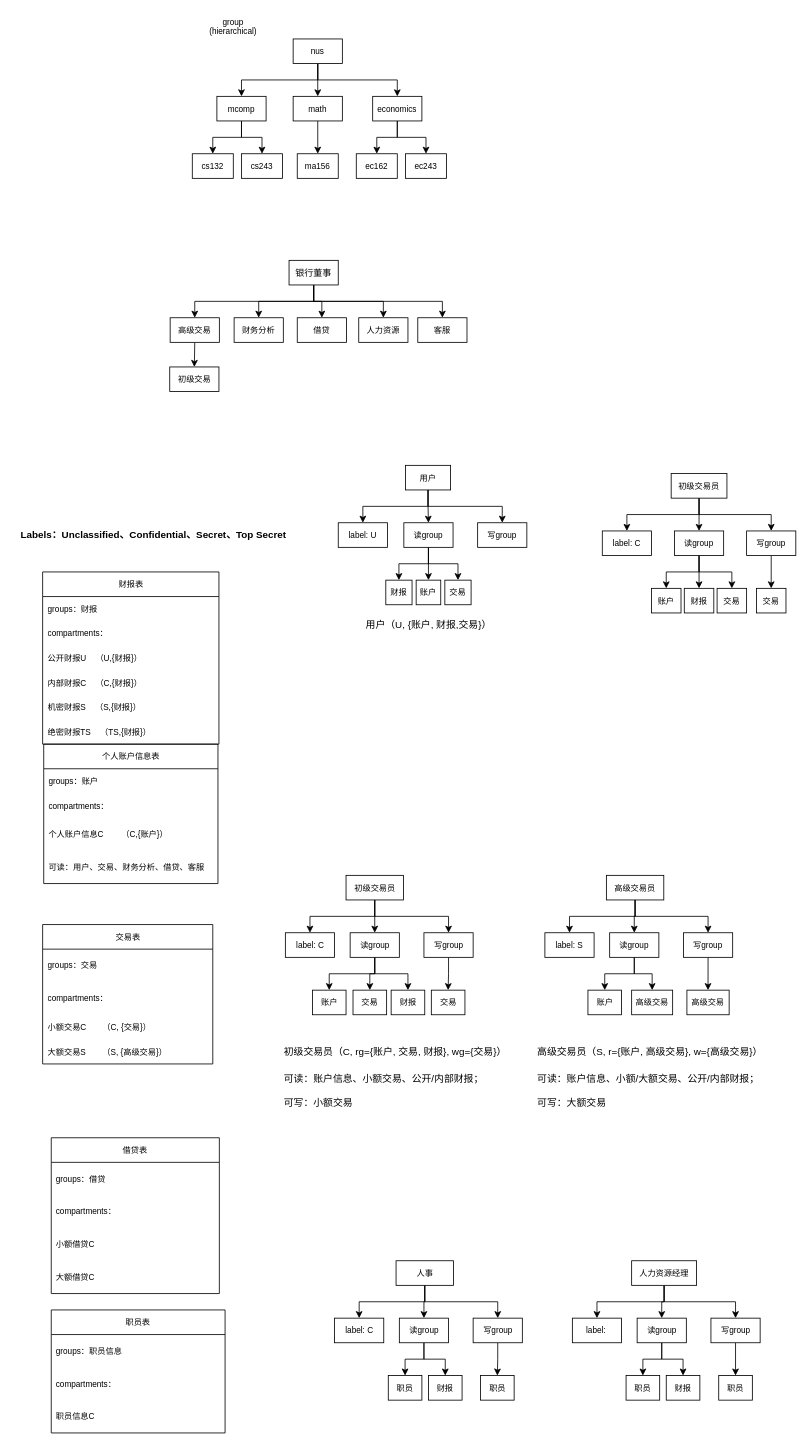
Before: syf-files/database.drawio in eclaircy/draw.io-repository, a draw.io diagram. Source tidied: cells renumbered, new cells numbered last; positions are measured from the earlier drawing's top-left corner, leaving out a move shared by most shapes. Both pictures are drawn from the tidied source at 82%, with x=0, y=0 at pixel (14, 14).
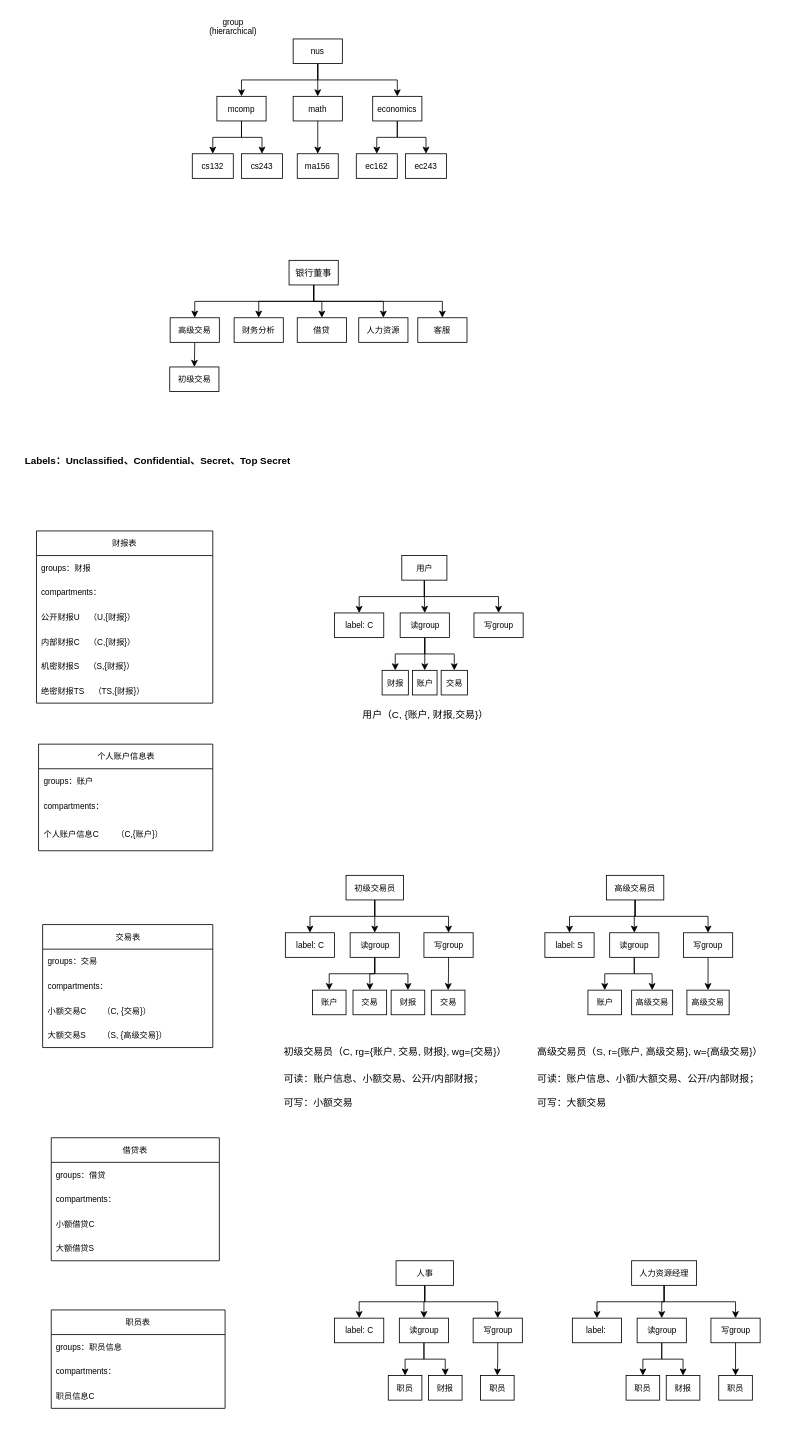
The same page after the edit.

Diff of the diagram source:
```diff
@@
     <mxCell id="32" value="个人账户信息表" style="swimlane;fontStyle=0;horizontal=1;startSize=30;whiteSpace=wrap;html=1;fontSize=10;" parent="1" vertex="1">
-      <mxGeometry x="35.8" y="890" width="212.5" height="170" as="geometry" />
+      <mxGeometry x="29.5" y="890" width="212.5" height="130" as="geometry" />
     </mxCell>
@@
-    <mxCell id="36" value="可读：用户、交易、财务分析、借贷、客服" style="text;strokeColor=none;fillColor=none;align=left;verticalAlign=middle;spacingLeft=4;spacingRight=4;overflow=hidden;whiteSpace=wrap;html=1;fontSize=10;" parent="32" vertex="1">
-      <mxGeometry y="130" width="212.5" height="40" as="geometry" />
-    </mxCell>
@@
     <mxCell id="40" value="用户" style="rounded=0;whiteSpace=wrap;html=1;fontSize=10;" parent="1" vertex="1">
-      <mxGeometry x="477" y="550" width="55" height="30" as="geometry" />
+      <mxGeometry x="472.5" y="660" width="55" height="30" as="geometry" />
     </mxCell>
@@
     <mxCell id="44" value="读group" style="rounded=0;whiteSpace=wrap;html=1;fontSize=10;" parent="1" vertex="1">
-      <mxGeometry x="475" y="620" width="60" height="30" as="geometry" />
+      <mxGeometry x="470.5" y="730" width="60" height="30" as="geometry" />
     </mxCell>
     <mxCell id="45" value="写group" style="rounded=0;whiteSpace=wrap;html=1;fontSize=10;" parent="1" vertex="1">
-      <mxGeometry x="565" y="620" width="60" height="30" as="geometry" />
+      <mxGeometry x="560.5" y="730" width="60" height="30" as="geometry" />
     </mxCell>
     <mxCell id="46" value="账户" style="rounded=0;whiteSpace=wrap;html=1;fontSize=10;" parent="1" vertex="1">
-      <mxGeometry x="490" y="690" width="30" height="30" as="geometry" />
+      <mxGeometry x="485.5" y="800" width="30" height="30" as="geometry" />
     </mxCell>
     <mxCell id="47" value="交易表" style="swimlane;fontStyle=0;horizontal=1;startSize=30;whiteSpace=wrap;html=1;fontSize=10;" parent="1" vertex="1">
-      <mxGeometry x="34.5" y="1110" width="207.5" height="170" as="geometry" />
+      <mxGeometry x="34.5" y="1110" width="207.5" height="150" as="geometry" />
     </mxCell>
     <mxCell id="48" value="groups：交易" style="text;strokeColor=none;fillColor=none;align=left;verticalAlign=middle;spacingLeft=4;spacingRight=4;overflow=hidden;whiteSpace=wrap;html=1;fontSize=10;" parent="47" vertex="1">
-      <mxGeometry y="30" width="207.5" height="40" as="geometry" />
+      <mxGeometry y="30" width="207.5" height="30" as="geometry" />
     </mxCell>
     <mxCell id="49" value="compartments：" style="text;strokeColor=none;fillColor=none;align=left;verticalAlign=middle;spacingLeft=4;spacingRight=4;overflow=hidden;whiteSpace=wrap;html=1;fontSize=10;" parent="47" vertex="1">
-      <mxGeometry y="70" width="207.5" height="40" as="geometry" />
+      <mxGeometry y="60" width="207.5" height="30" as="geometry" />
     </mxCell>
     <mxCell id="50" value="小额交易C&lt;span style=&quot;white-space: pre;&quot;&gt;&#9;&lt;/span&gt;（C, {交易}）" style="text;strokeColor=none;fillColor=none;align=left;verticalAlign=middle;spacingLeft=4;spacingRight=4;overflow=hidden;whiteSpace=wrap;html=1;fontSize=10;" parent="47" vertex="1">
-      <mxGeometry y="110" width="207.5" height="30" as="geometry" />
+      <mxGeometry y="90" width="207.5" height="30" as="geometry" />
     </mxCell>
     <mxCell id="51" value="大额交易S&lt;span style=&quot;white-space: pre;&quot;&gt;&#9;&lt;/span&gt;（S, {高级交易}）" style="text;strokeColor=none;fillColor=none;align=left;verticalAlign=middle;spacingLeft=4;spacingRight=4;overflow=hidden;whiteSpace=wrap;html=1;fontSize=10;" parent="47" vertex="1">
-      <mxGeometry y="140" width="207.5" height="30" as="geometry" />
+      <mxGeometry y="120" width="207.5" height="30" as="geometry" />
     </mxCell>
@@
     <mxCell id="64" value="财报表" style="swimlane;fontStyle=0;horizontal=1;startSize=30;whiteSpace=wrap;html=1;fontSize=10;" parent="1" vertex="1">
-      <mxGeometry x="34.5" y="680" width="215" height="210" as="geometry" />
+      <mxGeometry x="27" y="630" width="215" height="210" as="geometry" />
     </mxCell>
@@
     <mxCell id="71" value="借贷表" style="swimlane;fontStyle=0;horizontal=1;startSize=30;whiteSpace=wrap;html=1;fontSize=10;" parent="1" vertex="1">
-      <mxGeometry x="45" y="1370" width="205" height="190" as="geometry" />
+      <mxGeometry x="45" y="1370" width="205" height="150" as="geometry" />
     </mxCell>
     <mxCell id="72" value="groups：借贷" style="text;strokeColor=none;fillColor=none;align=left;verticalAlign=middle;spacingLeft=4;spacingRight=4;overflow=hidden;whiteSpace=wrap;html=1;fontSize=10;" parent="71" vertex="1">
-      <mxGeometry y="30" width="205" height="40" as="geometry" />
+      <mxGeometry y="30" width="205" height="30" as="geometry" />
     </mxCell>
     <mxCell id="73" value="compartments：" style="text;strokeColor=none;fillColor=none;align=left;verticalAlign=middle;spacingLeft=4;spacingRight=4;overflow=hidden;whiteSpace=wrap;html=1;fontSize=10;" parent="71" vertex="1">
-      <mxGeometry y="70" width="205" height="40" as="geometry" />
+      <mxGeometry y="60" width="205" height="30" as="geometry" />
     </mxCell>
     <mxCell id="74" value="小额借贷C" style="text;strokeColor=none;fillColor=none;align=left;verticalAlign=middle;spacingLeft=4;spacingRight=4;overflow=hidden;whiteSpace=wrap;html=1;fontSize=10;" parent="71" vertex="1">
-      <mxGeometry y="110" width="205" height="40" as="geometry" />
+      <mxGeometry y="90" width="205" height="30" as="geometry" />
     </mxCell>
-    <mxCell id="75" value="大额借贷C" style="text;strokeColor=none;fillColor=none;align=left;verticalAlign=middle;spacingLeft=4;spacingRight=4;overflow=hidden;whiteSpace=wrap;html=1;fontSize=10;" parent="71" vertex="1">
-      <mxGeometry y="150" width="205" height="40" as="geometry" />
+    <mxCell id="75" value="大额借贷S" style="text;strokeColor=none;fillColor=none;align=left;verticalAlign=middle;spacingLeft=4;spacingRight=4;overflow=hidden;whiteSpace=wrap;html=1;fontSize=10;" parent="71" vertex="1">
+      <mxGeometry y="120" width="205" height="30" as="geometry" />
     </mxCell>
     <mxCell id="76" value="财报" style="rounded=0;whiteSpace=wrap;html=1;fontSize=10;" parent="1" vertex="1">
-      <mxGeometry x="453" y="690" width="32" height="30" as="geometry" />
+      <mxGeometry x="448.5" y="800" width="32" height="30" as="geometry" />
     </mxCell>
     <mxCell id="77" value="交易" style="rounded=0;whiteSpace=wrap;html=1;fontSize=10;" parent="1" vertex="1">
-      <mxGeometry x="525" y="690" width="32" height="30" as="geometry" />
+      <mxGeometry x="520.5" y="800" width="32" height="30" as="geometry" />
     </mxCell>
-    <mxCell id="78" style="edgeStyle=orthogonalEdgeStyle;rounded=0;jettySize=auto;html=1;exitX=0.5;exitY=1;exitDx=0;exitDy=0;entryX=0.5;entryY=0;entryDx=0;entryDy=0;fontSize=10;" parent="1" edge="1" source="81" target="85">
-      <mxGeometry relative="1" as="geometry" />
-    </mxCell>
-    <mxCell id="79" style="edgeStyle=orthogonalEdgeStyle;rounded=0;jettySize=auto;html=1;exitX=0.5;exitY=1;exitDx=0;exitDy=0;fontSize=10;" parent="1" edge="1" source="81" target="87">
-      <mxGeometry relative="1" as="geometry" />
-    </mxCell>
-    <mxCell id="80" style="edgeStyle=orthogonalEdgeStyle;rounded=0;jettySize=auto;html=1;exitX=0.5;exitY=1;exitDx=0;exitDy=0;entryX=0.5;entryY=0;entryDx=0;entryDy=0;" parent="1" edge="1" source="81" target="92">
-      <mxGeometry relative="1" as="geometry" />
-    </mxCell>
-    <mxCell id="81" value="初级交易员" style="rounded=0;whiteSpace=wrap;html=1;fontSize=10;" parent="1" vertex="1">
-      <mxGeometry x="801" y="560" width="68" height="30" as="geometry" />
-    </mxCell>
-    <mxCell id="82" style="edgeStyle=orthogonalEdgeStyle;rounded=0;jettySize=auto;html=1;exitX=0.5;exitY=1;exitDx=0;exitDy=0;entryX=0.5;entryY=0;entryDx=0;entryDy=0;fontSize=10;" parent="1" edge="1" source="85" target="88">
-      <mxGeometry relative="1" as="geometry" />
-    </mxCell>
-    <mxCell id="83" style="edgeStyle=orthogonalEdgeStyle;rounded=0;jettySize=auto;html=1;exitX=0.5;exitY=1;exitDx=0;exitDy=0;entryX=0.5;entryY=0;entryDx=0;entryDy=0;" parent="1" edge="1" source="85" target="89">
-      <mxGeometry relative="1" as="geometry" />
-    </mxCell>
-    <mxCell id="84" style="edgeStyle=orthogonalEdgeStyle;rounded=0;jettySize=auto;html=1;exitX=0.5;exitY=1;exitDx=0;exitDy=0;entryX=0.5;entryY=0;entryDx=0;entryDy=0;" parent="1" edge="1" source="85" target="90">
-      <mxGeometry relative="1" as="geometry" />
-    </mxCell>
-    <mxCell id="85" value="读group" style="rounded=0;whiteSpace=wrap;html=1;fontSize=10;" parent="1" vertex="1">
-      <mxGeometry x="805" y="630" width="60" height="30" as="geometry" />
-    </mxCell>
-    <mxCell id="86" style="edgeStyle=orthogonalEdgeStyle;rounded=0;jettySize=auto;html=1;exitX=0.5;exitY=1;exitDx=0;exitDy=0;entryX=0.5;entryY=0;entryDx=0;entryDy=0;" parent="1" edge="1" source="87" target="93">
-      <mxGeometry relative="1" as="geometry" />
-    </mxCell>
-    <mxCell id="87" value="写group" style="rounded=0;whiteSpace=wrap;html=1;fontSize=10;" parent="1" vertex="1">
-      <mxGeometry x="893" y="630" width="60" height="30" as="geometry" />
-    </mxCell>
-    <mxCell id="88" value="账户" style="rounded=0;whiteSpace=wrap;html=1;fontSize=10;" parent="1" vertex="1">
-      <mxGeometry x="777" y="700" width="36" height="30" as="geometry" />
-    </mxCell>
-    <mxCell id="89" value="财报" style="rounded=0;whiteSpace=wrap;html=1;fontSize=10;" parent="1" vertex="1">
-      <mxGeometry x="817" y="700" width="36" height="30" as="geometry" />
-    </mxCell>
-    <mxCell id="90" value="交易" style="rounded=0;whiteSpace=wrap;html=1;fontSize=10;" parent="1" vertex="1">
-      <mxGeometry x="857" y="700" width="36" height="30" as="geometry" />
-    </mxCell>
-    <mxCell id="91" value="label: U" style="rounded=0;whiteSpace=wrap;html=1;fontSize=10;" parent="1" vertex="1">
-      <mxGeometry x="395" y="620" width="60" height="30" as="geometry" />
+    <mxCell id="91" value="label: C" style="rounded=0;whiteSpace=wrap;html=1;fontSize=10;" parent="1" vertex="1">
+      <mxGeometry x="390.5" y="730" width="60" height="30" as="geometry" />
     </mxCell>
-    <mxCell id="92" value="label: C" style="rounded=0;whiteSpace=wrap;html=1;fontSize=10;" parent="1" vertex="1">
-      <mxGeometry x="717" y="630" width="60" height="30" as="geometry" />
-    </mxCell>
-    <mxCell id="93" value="交易" style="rounded=0;whiteSpace=wrap;html=1;fontSize=10;" parent="1" vertex="1">
-      <mxGeometry x="905" y="700" width="36" height="30" as="geometry" />
-    </mxCell>
-    <mxCell id="94" value="用户（U, {账户, 财报,交易}）" style="text;html=1;align=center;verticalAlign=middle;strokeColor=none;fillColor=none;" parent="1" vertex="1">
-      <mxGeometry x="415" y="730" width="180" height="30" as="geometry" />
+    <mxCell id="94" value="用户（C, {账户, 财报,交易}）" style="text;html=1;align=center;verticalAlign=middle;strokeColor=none;fillColor=none;" parent="1" vertex="1">
+      <mxGeometry x="410.5" y="840" width="180" height="30" as="geometry" />
     </mxCell>
     <mxCell id="95" value="&lt;b&gt;Labels：Unclassified、Confidential、Secret、Top Secret&lt;/b&gt;" style="text;html=1;align=center;verticalAlign=middle;whiteSpace=wrap;rounded=0;" parent="1" vertex="1">
-      <mxGeometry y="620" width="340" height="30" as="geometry" />
+      <mxGeometry x="5" y="530" width="340" height="30" as="geometry" />
     </mxCell>
@@
     <mxCell id="114" value="职员表" style="swimlane;fontStyle=0;horizontal=1;startSize=30;whiteSpace=wrap;html=1;fontSize=10;" parent="1" vertex="1">
-      <mxGeometry x="45" y="1580" width="212" height="150" as="geometry" />
+      <mxGeometry x="45" y="1580" width="212" height="120" as="geometry" />
     </mxCell>
     <mxCell id="115" value="groups：职员信息" style="text;strokeColor=none;fillColor=none;align=left;verticalAlign=middle;spacingLeft=4;spacingRight=4;overflow=hidden;whiteSpace=wrap;html=1;fontSize=10;" parent="114" vertex="1">
-      <mxGeometry y="30" width="212" height="40" as="geometry" />
+      <mxGeometry y="30" width="212" height="30" as="geometry" />
     </mxCell>
     <mxCell id="116" value="compartments：" style="text;strokeColor=none;fillColor=none;align=left;verticalAlign=middle;spacingLeft=4;spacingRight=4;overflow=hidden;whiteSpace=wrap;html=1;fontSize=10;" parent="114" vertex="1">
-      <mxGeometry y="70" width="212" height="40" as="geometry" />
+      <mxGeometry y="60" width="212" height="30" as="geometry" />
     </mxCell>
     <mxCell id="117" value="职员信息C" style="text;strokeColor=none;fillColor=none;align=left;verticalAlign=middle;spacingLeft=4;spacingRight=4;overflow=hidden;whiteSpace=wrap;html=1;fontSize=10;" parent="114" vertex="1">
-      <mxGeometry y="110" width="212" height="40" as="geometry" />
+      <mxGeometry y="90" width="212" height="30" as="geometry" />
     </mxCell>
```
